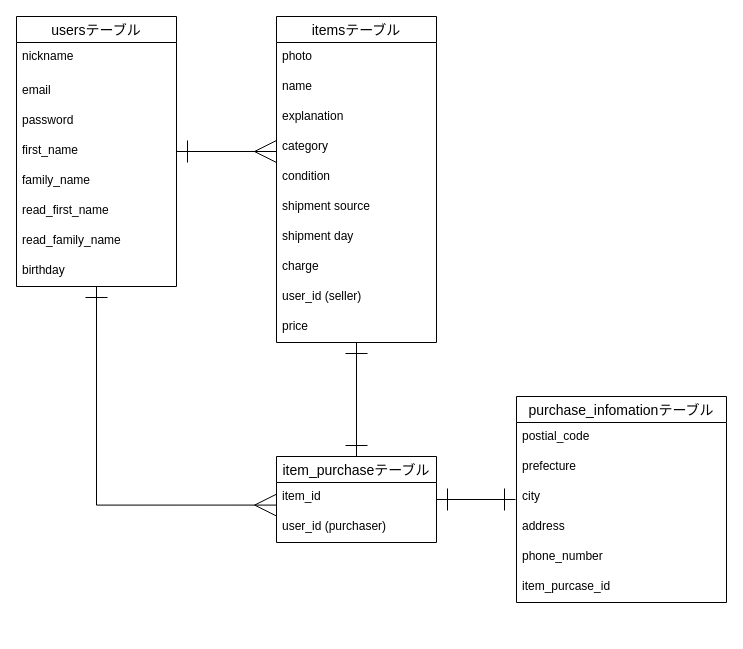
Earlier version of the draw.io diagram furima.dio (k-sio/furima-33374). Source tidied: cells renumbered, new cells numbered last; positions are measured from the earlier drawing's top-left corner, leaving out a move shared by most shapes. Both pictures are drawn from the tidied source at 100%, with x=0, y=0 at pixel (16, 16).
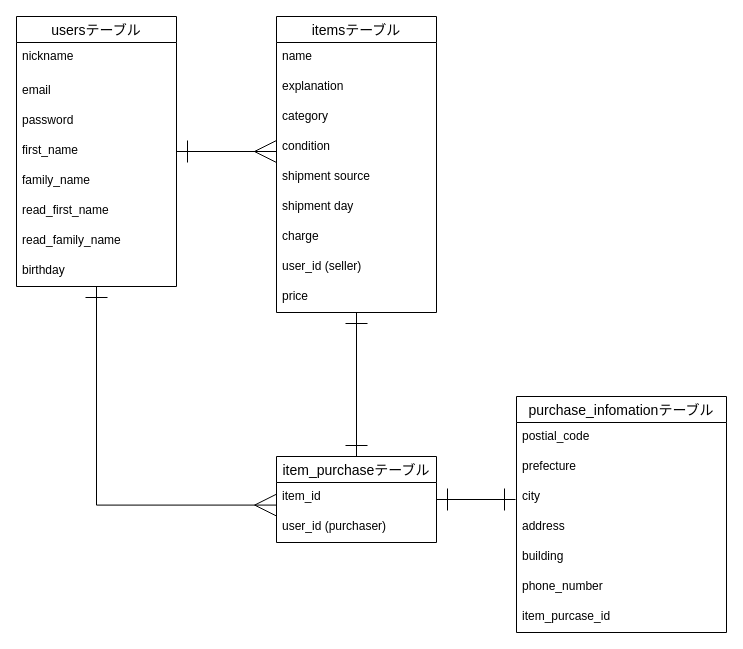
After the change.

What changed in the source:
```diff
@@
     <mxCell id="13" value="itemsテーブル" style="swimlane;fontStyle=0;horizontal=1;startSize=26;align=center;fontSize=14;" parent="1" vertex="1">
-      <mxGeometry x="260" width="160" height="326" as="geometry" />
+      <mxGeometry x="260" width="160" height="296" as="geometry" />
     </mxCell>
-    <mxCell id="14" value="photo" style="text;strokeColor=none;fillColor=none;spacingLeft=4;spacingRight=4;overflow=hidden;fontSize=12;" parent="13" vertex="1">
-      <mxGeometry y="26" width="160" height="30" as="geometry" />
-    </mxCell>
     <mxCell id="15" value="name" style="text;strokeColor=none;fillColor=none;spacingLeft=4;spacingRight=4;overflow=hidden;fontSize=12;" parent="13" vertex="1">
-      <mxGeometry y="56" width="160" height="30" as="geometry" />
+      <mxGeometry y="26" width="160" height="30" as="geometry" />
     </mxCell>
     <mxCell id="16" value="explanation" style="text;strokeColor=none;fillColor=none;spacingLeft=4;spacingRight=4;overflow=hidden;fontSize=12;" parent="13" vertex="1">
-      <mxGeometry y="86" width="160" height="30" as="geometry" />
+      <mxGeometry y="56" width="160" height="30" as="geometry" />
     </mxCell>
     <mxCell id="17" value="category" style="text;strokeColor=none;fillColor=none;spacingLeft=4;spacingRight=4;overflow=hidden;fontSize=12;" parent="13" vertex="1">
-      <mxGeometry y="116" width="160" height="30" as="geometry" />
+      <mxGeometry y="86" width="160" height="30" as="geometry" />
     </mxCell>
     <mxCell id="18" value="condition" style="text;strokeColor=none;fillColor=none;spacingLeft=4;spacingRight=4;overflow=hidden;fontSize=12;" parent="13" vertex="1">
-      <mxGeometry y="146" width="160" height="30" as="geometry" />
+      <mxGeometry y="116" width="160" height="30" as="geometry" />
     </mxCell>
     <mxCell id="19" value="shipment source" style="text;strokeColor=none;fillColor=none;spacingLeft=4;spacingRight=4;overflow=hidden;fontSize=12;" parent="13" vertex="1">
-      <mxGeometry y="176" width="160" height="30" as="geometry" />
+      <mxGeometry y="146" width="160" height="30" as="geometry" />
     </mxCell>
     <mxCell id="20" value="shipment day" style="text;strokeColor=none;fillColor=none;spacingLeft=4;spacingRight=4;overflow=hidden;fontSize=12;" parent="13" vertex="1">
-      <mxGeometry y="206" width="160" height="30" as="geometry" />
+      <mxGeometry y="176" width="160" height="30" as="geometry" />
     </mxCell>
     <mxCell id="21" value="charge" style="text;strokeColor=none;fillColor=none;spacingLeft=4;spacingRight=4;overflow=hidden;fontSize=12;" parent="13" vertex="1">
-      <mxGeometry y="236" width="160" height="30" as="geometry" />
+      <mxGeometry y="206" width="160" height="30" as="geometry" />
     </mxCell>
     <mxCell id="22" value="user_id (seller)" style="text;strokeColor=none;fillColor=none;spacingLeft=4;spacingRight=4;overflow=hidden;fontSize=12;" parent="13" vertex="1">
-      <mxGeometry y="266" width="160" height="30" as="geometry" />
+      <mxGeometry y="236" width="160" height="30" as="geometry" />
     </mxCell>
     <mxCell id="23" value="price" style="text;strokeColor=none;fillColor=none;spacingLeft=4;spacingRight=4;overflow=hidden;fontSize=12;" parent="13" vertex="1">
-      <mxGeometry y="296" width="160" height="30" as="geometry" />
+      <mxGeometry y="266" width="160" height="30" as="geometry" />
     </mxCell>
@@
     <mxCell id="29" value="purchase_infomationテーブル" style="swimlane;fontStyle=0;horizontal=1;startSize=26;align=center;fontSize=14;" parent="1" vertex="1">
-      <mxGeometry x="500" y="380" width="210" height="206" as="geometry" />
+      <mxGeometry x="500" y="380" width="210" height="236" as="geometry" />
     </mxCell>
@@
+    <mxCell id="36" value="building" style="text;strokeColor=none;fillColor=none;spacingLeft=4;spacingRight=4;overflow=hidden;fontSize=12;" parent="29" vertex="1">
+      <mxGeometry y="146" width="210" height="30" as="geometry" />
+    </mxCell>
     <mxCell id="34" value="phone_number" style="text;strokeColor=none;fillColor=none;spacingLeft=4;spacingRight=4;overflow=hidden;fontSize=12;" parent="29" vertex="1">
-      <mxGeometry y="146" width="210" height="30" as="geometry" />
+      <mxGeometry y="176" width="210" height="30" as="geometry" />
     </mxCell>
     <mxCell id="35" value="item_purcase_id" style="text;strokeColor=none;fillColor=none;spacingLeft=4;spacingRight=4;overflow=hidden;fontSize=12;" parent="29" vertex="1">
-      <mxGeometry y="176" width="210" height="30" as="geometry" />
+      <mxGeometry y="206" width="210" height="30" as="geometry" />
     </mxCell>
```
